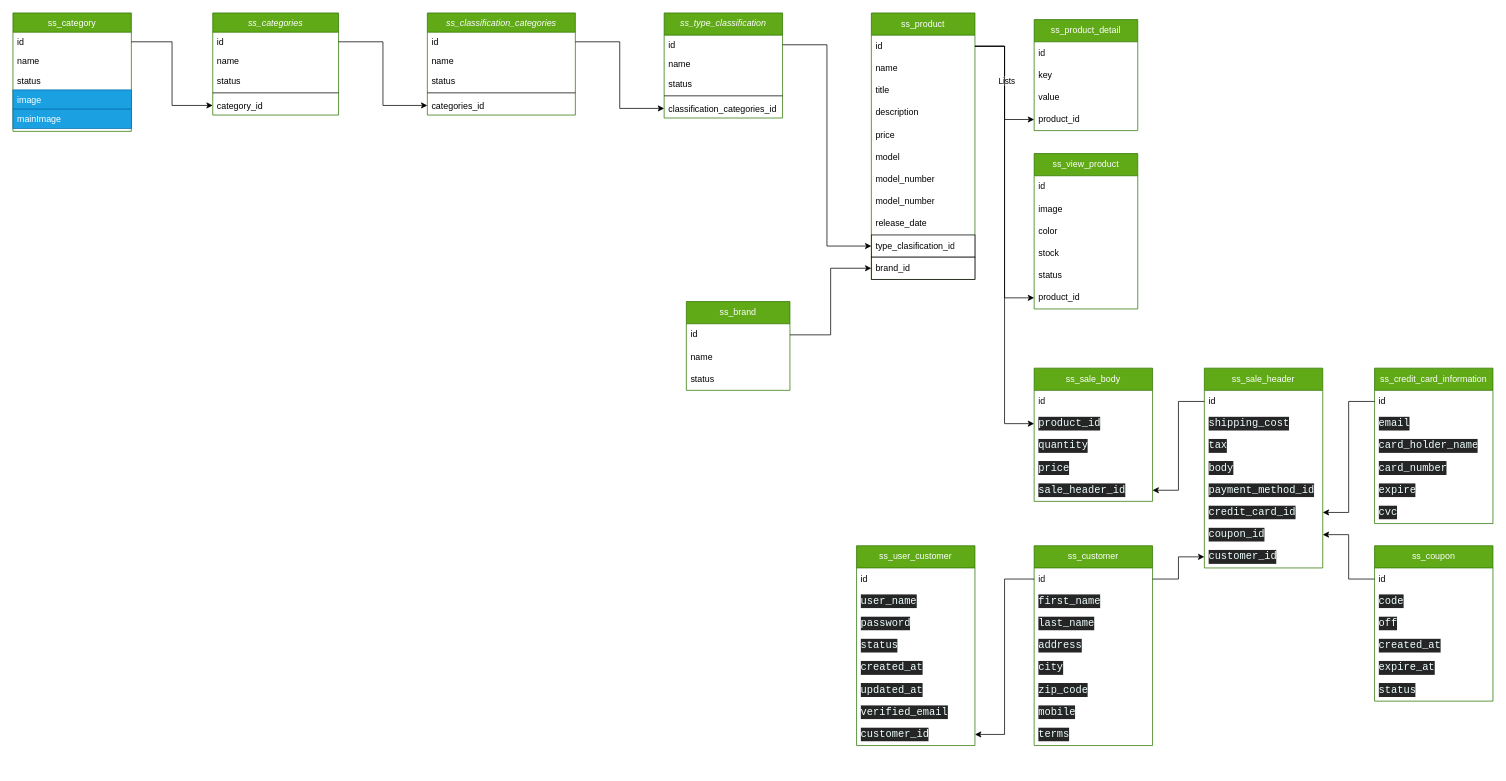
This is diagrama-db.drawio from jsaulhernandez/shopspace-service-springboot, a draw.io file, before an edit. Source tidied: cells renumbered, new cells numbered last; positions are measured from the earlier drawing's top-left corner, leaving out a move shared by most shapes. Both pictures are drawn from the tidied source at 74%, with x=0, y=0 at pixel (13, 13).
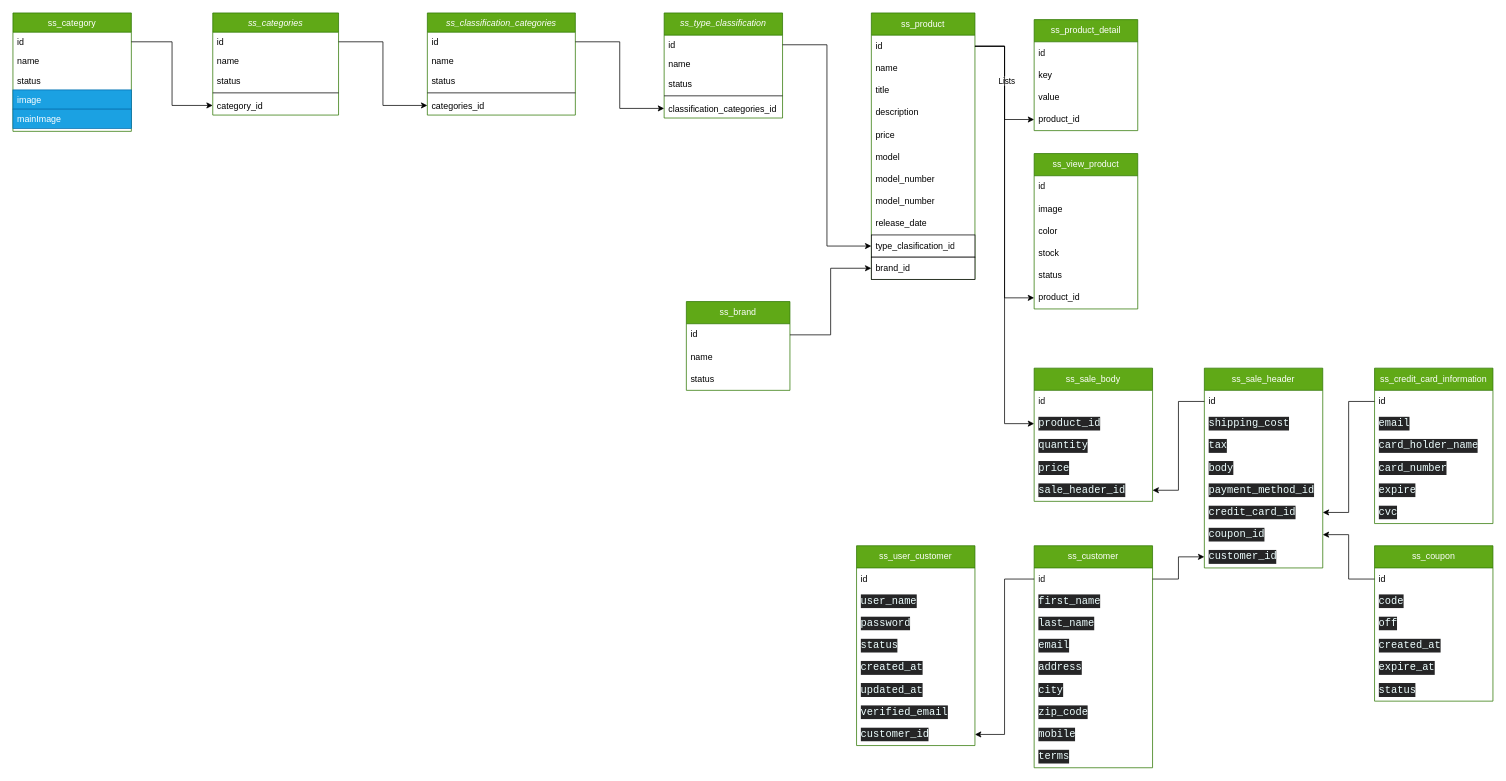
After the change.

Commit message (it also covers changes not shown here):
tag: updating db diagram

Change to the diagram source:
```diff
@@
     <mxCell id="69" value="ss_customer" style="swimlane;fontStyle=0;horizontal=1;startSize=30;whiteSpace=wrap;html=1;fillColor=#60a917;fontColor=#ffffff;strokeColor=#2D7600;" parent="1" vertex="1">
-      <mxGeometry x="1380" y="720" width="160" height="270" as="geometry" />
+      <mxGeometry x="1380" y="720" width="160" height="300" as="geometry" />
     </mxCell>
@@
+    <mxCell id="115" value="&lt;div style=&quot;color: rgb(238, 255, 255); background-color: rgb(37, 37, 38); font-family: Consolas, &amp;quot;Courier New&amp;quot;, monospace; font-size: 14px; line-height: 19px;&quot;&gt;&lt;div style=&quot;line-height: 19px;&quot;&gt;email&lt;/div&gt;&lt;/div&gt;" style="text;strokeColor=none;fillColor=none;align=left;verticalAlign=middle;spacingLeft=4;spacingRight=4;overflow=hidden;whiteSpace=wrap;html=1;" parent="69" vertex="1">
+      <mxGeometry y="120" width="160" height="30" as="geometry" />
+    </mxCell>
     <mxCell id="73" value="&lt;div style=&quot;color: rgb(238, 255, 255); background-color: rgb(37, 37, 38); font-family: Consolas, &amp;quot;Courier New&amp;quot;, monospace; font-size: 14px; line-height: 19px;&quot;&gt;&lt;div style=&quot;line-height: 19px;&quot;&gt;address&lt;/div&gt;&lt;/div&gt;" style="text;strokeColor=none;fillColor=none;align=left;verticalAlign=middle;spacingLeft=4;spacingRight=4;overflow=hidden;whiteSpace=wrap;html=1;" parent="69" vertex="1">
-      <mxGeometry y="120" width="160" height="30" as="geometry" />
+      <mxGeometry y="150" width="160" height="30" as="geometry" />
     </mxCell>
     <mxCell id="74" value="&lt;div style=&quot;color: rgb(238, 255, 255); background-color: rgb(37, 37, 38); font-family: Consolas, &amp;quot;Courier New&amp;quot;, monospace; font-size: 14px; line-height: 19px;&quot;&gt;&lt;div style=&quot;line-height: 19px;&quot;&gt;city&lt;/div&gt;&lt;/div&gt;" style="text;strokeColor=none;fillColor=none;align=left;verticalAlign=middle;spacingLeft=4;spacingRight=4;overflow=hidden;whiteSpace=wrap;html=1;" parent="69" vertex="1">
-      <mxGeometry y="150" width="160" height="30" as="geometry" />
+      <mxGeometry y="180" width="160" height="30" as="geometry" />
     </mxCell>
     <mxCell id="75" value="&lt;div style=&quot;color: rgb(238, 255, 255); background-color: rgb(37, 37, 38); font-family: Consolas, &amp;quot;Courier New&amp;quot;, monospace; font-size: 14px; line-height: 19px;&quot;&gt;&lt;div style=&quot;line-height: 19px;&quot;&gt;zip_code&lt;/div&gt;&lt;/div&gt;" style="text;strokeColor=none;fillColor=none;align=left;verticalAlign=middle;spacingLeft=4;spacingRight=4;overflow=hidden;whiteSpace=wrap;html=1;" parent="69" vertex="1">
-      <mxGeometry y="180" width="160" height="30" as="geometry" />
+      <mxGeometry y="210" width="160" height="30" as="geometry" />
     </mxCell>
     <mxCell id="76" value="&lt;div style=&quot;color: rgb(238, 255, 255); background-color: rgb(37, 37, 38); font-family: Consolas, &amp;quot;Courier New&amp;quot;, monospace; font-size: 14px; line-height: 19px;&quot;&gt;&lt;div style=&quot;line-height: 19px;&quot;&gt;&lt;div style=&quot;line-height: 19px;&quot;&gt;mobile&lt;/div&gt;&lt;/div&gt;&lt;/div&gt;" style="text;strokeColor=none;fillColor=none;align=left;verticalAlign=middle;spacingLeft=4;spacingRight=4;overflow=hidden;whiteSpace=wrap;html=1;" parent="69" vertex="1">
-      <mxGeometry y="210" width="160" height="30" as="geometry" />
+      <mxGeometry y="240" width="160" height="30" as="geometry" />
     </mxCell>
     <mxCell id="77" value="&lt;div style=&quot;color: rgb(238, 255, 255); background-color: rgb(37, 37, 38); font-family: Consolas, &amp;quot;Courier New&amp;quot;, monospace; font-size: 14px; line-height: 19px;&quot;&gt;&lt;div style=&quot;line-height: 19px;&quot;&gt;&lt;div style=&quot;line-height: 19px;&quot;&gt;terms&lt;/div&gt;&lt;/div&gt;&lt;/div&gt;" style="text;strokeColor=none;fillColor=none;align=left;verticalAlign=middle;spacingLeft=4;spacingRight=4;overflow=hidden;whiteSpace=wrap;html=1;" parent="69" vertex="1">
-      <mxGeometry y="240" width="160" height="30" as="geometry" />
+      <mxGeometry y="270" width="160" height="30" as="geometry" />
     </mxCell>
```
